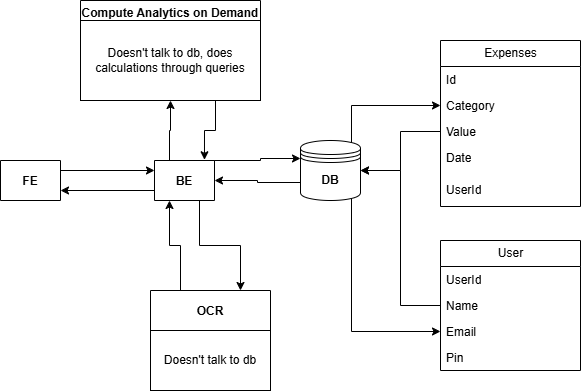
Above: docs/system.drawio.png in tamarques13/expense-tracker (draw.io), before the change. Source tidied: cells renumbered, new cells last; positions are measured from the earlier drawing's top-left corner, leaving out a move shared by most shapes. Source of this version:
```xml
<mxGraphModel>
  <root>
    <mxCell id="0" />
    <mxCell id="1" parent="0" />
    <mxCell id="2" style="edgeStyle=orthogonalEdgeStyle;rounded=0;jettySize=auto;html=1;exitX=0.85;exitY=0.05;exitDx=0;exitDy=0;exitPerimeter=0;" parent="1" edge="1" source="5" target="8">
      <mxGeometry relative="1" as="geometry" />
    </mxCell>
    <mxCell id="3" style="edgeStyle=orthogonalEdgeStyle;rounded=0;jettySize=auto;html=1;exitX=0.85;exitY=0.95;exitDx=0;exitDy=0;exitPerimeter=0;entryX=0;entryY=0.5;entryDx=0;entryDy=0;" parent="1" edge="1" source="5" target="15">
      <mxGeometry relative="1" as="geometry" />
    </mxCell>
    <mxCell id="4" style="edgeStyle=orthogonalEdgeStyle;rounded=0;jettySize=auto;html=1;exitX=0;exitY=0.7;exitDx=0;exitDy=0;entryX=1;entryY=0.5;entryDx=0;entryDy=0;" parent="1" edge="1" source="5" target="22">
      <mxGeometry relative="1" as="geometry" />
    </mxCell>
    <mxCell id="5" value="&lt;b&gt;DB&lt;/b&gt;" style="shape=datastore;whiteSpace=wrap;html=1;" parent="1" vertex="1">
      <mxGeometry x="300" y="140" width="60" height="60" as="geometry" />
    </mxCell>
    <mxCell id="6" value="Expenses" style="swimlane;fontStyle=0;horizontal=1;startSize=26;fillColor=none;html=1;" parent="1" vertex="1">
      <mxGeometry x="440" y="40" width="140" height="166" as="geometry" />
    </mxCell>
    <mxCell id="7" value="Id" style="text;strokeColor=none;fillColor=none;align=left;verticalAlign=top;spacingLeft=4;spacingRight=4;overflow=hidden;whiteSpace=wrap;html=1;" parent="6" vertex="1">
      <mxGeometry y="26" width="140" height="26" as="geometry" />
    </mxCell>
    <mxCell id="8" value="Category" style="text;strokeColor=none;fillColor=none;align=left;verticalAlign=top;spacingLeft=4;spacingRight=4;overflow=hidden;points=[[0,0.5],[1,0.5]];portConstraint=eastwest;whiteSpace=wrap;html=1;" parent="6" vertex="1">
      <mxGeometry y="52" width="140" height="26" as="geometry" />
    </mxCell>
    <mxCell id="9" value="Value" style="text;strokeColor=none;fillColor=none;align=left;verticalAlign=top;spacingLeft=4;spacingRight=4;overflow=hidden;points=[[0,0.5],[1,0.5]];portConstraint=eastwest;whiteSpace=wrap;html=1;" parent="6" vertex="1">
      <mxGeometry y="78" width="140" height="26" as="geometry" />
    </mxCell>
    <mxCell id="10" value="Date" style="text;strokeColor=none;fillColor=none;align=left;verticalAlign=top;spacingLeft=4;spacingRight=4;overflow=hidden;whiteSpace=wrap;html=1;" parent="6" vertex="1">
      <mxGeometry y="104" width="140" height="32" as="geometry" />
    </mxCell>
    <mxCell id="11" value="UserId" style="text;strokeColor=none;fillColor=none;align=left;verticalAlign=top;spacingLeft=4;spacingRight=4;overflow=hidden;whiteSpace=wrap;html=1;" parent="6" vertex="1">
      <mxGeometry y="136" width="140" height="30" as="geometry" />
    </mxCell>
    <mxCell id="12" value="User" style="swimlane;fontStyle=0;horizontal=1;startSize=26;fillColor=none;html=1;" parent="1" vertex="1">
      <mxGeometry x="440" y="240" width="140" height="130" as="geometry" />
    </mxCell>
    <mxCell id="13" value="UserId" style="text;strokeColor=none;fillColor=none;align=left;verticalAlign=top;spacingLeft=4;spacingRight=4;overflow=hidden;whiteSpace=wrap;html=1;" parent="12" vertex="1">
      <mxGeometry y="26" width="140" height="26" as="geometry" />
    </mxCell>
    <mxCell id="14" value="Name" style="text;strokeColor=none;fillColor=none;align=left;verticalAlign=top;spacingLeft=4;spacingRight=4;overflow=hidden;points=[[0,0.5],[1,0.5]];portConstraint=eastwest;whiteSpace=wrap;html=1;" parent="12" vertex="1">
      <mxGeometry y="52" width="140" height="26" as="geometry" />
    </mxCell>
    <mxCell id="15" value="Email" style="text;strokeColor=none;fillColor=none;align=left;verticalAlign=top;spacingLeft=4;spacingRight=4;overflow=hidden;points=[[0,0.5],[1,0.5]];portConstraint=eastwest;whiteSpace=wrap;html=1;" parent="12" vertex="1">
      <mxGeometry y="78" width="140" height="26" as="geometry" />
    </mxCell>
    <mxCell id="16" value="Pin" style="text;strokeColor=none;fillColor=none;align=left;verticalAlign=top;spacingLeft=4;spacingRight=4;overflow=hidden;whiteSpace=wrap;html=1;" parent="12" vertex="1">
      <mxGeometry y="104" width="140" height="26" as="geometry" />
    </mxCell>
    <mxCell id="17" style="edgeStyle=orthogonalEdgeStyle;rounded=0;jettySize=auto;html=1;exitX=0;exitY=0.5;exitDx=0;exitDy=0;entryX=1;entryY=0.5;entryDx=0;entryDy=0;" parent="1" edge="1" source="14" target="5">
      <mxGeometry relative="1" as="geometry" />
    </mxCell>
    <mxCell id="18" style="edgeStyle=orthogonalEdgeStyle;rounded=0;jettySize=auto;html=1;exitX=0;exitY=0.5;exitDx=0;exitDy=0;entryX=1;entryY=0.5;entryDx=0;entryDy=0;" parent="1" edge="1" source="9" target="5">
      <mxGeometry relative="1" as="geometry" />
    </mxCell>
    <mxCell id="19" style="edgeStyle=orthogonalEdgeStyle;rounded=0;jettySize=auto;html=1;exitX=0;exitY=0.75;exitDx=0;exitDy=0;entryX=1;entryY=0.75;entryDx=0;entryDy=0;" parent="1" edge="1" source="22" target="25">
      <mxGeometry relative="1" as="geometry" />
    </mxCell>
    <mxCell id="20" style="edgeStyle=orthogonalEdgeStyle;rounded=0;jettySize=auto;html=1;exitX=0.75;exitY=1;exitDx=0;exitDy=0;entryX=0.75;entryY=0;entryDx=0;entryDy=0;" parent="1" edge="1" source="22" target="27">
      <mxGeometry relative="1" as="geometry" />
    </mxCell>
    <mxCell id="21" style="edgeStyle=orthogonalEdgeStyle;rounded=0;jettySize=auto;html=1;exitX=0.25;exitY=0;exitDx=0;exitDy=0;" parent="1" edge="1" source="22" target="29">
      <mxGeometry relative="1" as="geometry" />
    </mxCell>
    <mxCell id="22" value="BE" style="swimlane;startSize=40;" parent="1" vertex="1" collapsed="1">
      <mxGeometry x="154" y="160" width="60" height="40" as="geometry" />
    </mxCell>
    <mxCell id="23" style="edgeStyle=orthogonalEdgeStyle;rounded=0;jettySize=auto;html=1;exitX=1;exitY=0.25;exitDx=0;exitDy=0;entryX=0;entryY=0.3;entryDx=0;entryDy=0;" parent="1" edge="1" source="22" target="5">
      <mxGeometry relative="1" as="geometry">
        <Array as="points">
          <mxPoint x="260" y="160" />
          <mxPoint x="260" y="158" />
        </Array>
      </mxGeometry>
    </mxCell>
    <mxCell id="24" style="edgeStyle=orthogonalEdgeStyle;rounded=0;jettySize=auto;html=1;exitX=1;exitY=0.25;exitDx=0;exitDy=0;entryX=0;entryY=0.25;entryDx=0;entryDy=0;" parent="1" edge="1" source="25" target="22">
      <mxGeometry relative="1" as="geometry" />
    </mxCell>
    <mxCell id="25" value="FE" style="swimlane;startSize=40;" parent="1" vertex="1" collapsed="1">
      <mxGeometry y="160" width="60" height="40" as="geometry" />
    </mxCell>
    <mxCell id="26" style="edgeStyle=orthogonalEdgeStyle;rounded=0;jettySize=auto;html=1;exitX=0.25;exitY=0;exitDx=0;exitDy=0;entryX=0.25;entryY=1;entryDx=0;entryDy=0;" parent="1" edge="1" source="27" target="22">
      <mxGeometry relative="1" as="geometry" />
    </mxCell>
    <mxCell id="27" value="OCR" style="swimlane;startSize=40;" parent="1" vertex="1">
      <mxGeometry x="150" y="290" width="120" height="100" as="geometry" />
    </mxCell>
    <mxCell id="28" value="Doesn't talk to db" style="whiteSpace=wrap;html=1;" parent="27" vertex="1">
      <mxGeometry y="40" width="120" height="60" as="geometry" />
    </mxCell>
    <mxCell id="29" value="Compute Analytics on Demand" style="swimlane;" parent="1" vertex="1">
      <mxGeometry x="80" width="180" height="100" as="geometry" />
    </mxCell>
    <mxCell id="30" value="Doesn't talk to db, does calculations through queries" style="whiteSpace=wrap;html=1;" parent="29" vertex="1">
      <mxGeometry y="20" width="180" height="80" as="geometry" />
    </mxCell>
    <mxCell id="31" style="edgeStyle=orthogonalEdgeStyle;rounded=0;jettySize=auto;html=1;exitX=0.75;exitY=1;exitDx=0;exitDy=0;entryX=0.833;entryY=-0.018;entryDx=0;entryDy=0;entryPerimeter=0;" parent="1" edge="1" source="29" target="22">
      <mxGeometry relative="1" as="geometry" />
    </mxCell>
  </root>
</mxGraphModel>
```
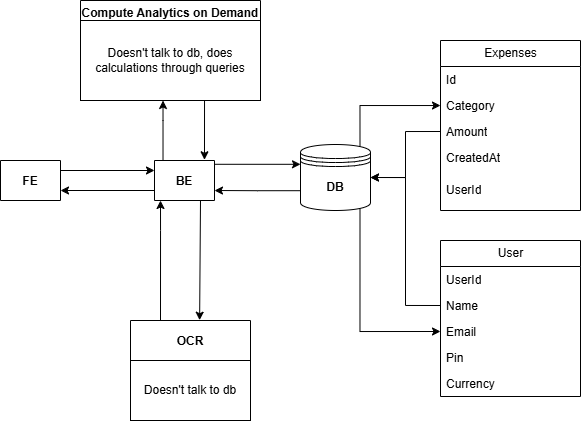
After the change.

Diff of the diagram source:
```diff
@@ -8,14 +8,14 @@
     <mxCell id="3" style="edgeStyle=orthogonalEdgeStyle;rounded=0;jettySize=auto;html=1;exitX=0.85;exitY=0.95;exitDx=0;exitDy=0;exitPerimeter=0;entryX=0;entryY=0.5;entryDx=0;entryDy=0;" parent="1" edge="1" source="5" target="15">
       <mxGeometry relative="1" as="geometry" />
     </mxCell>
-    <mxCell id="4" style="edgeStyle=orthogonalEdgeStyle;rounded=0;jettySize=auto;html=1;exitX=0;exitY=0.7;exitDx=0;exitDy=0;entryX=1;entryY=0.5;entryDx=0;entryDy=0;" parent="1" edge="1" source="5" target="22">
+    <mxCell id="4" style="edgeStyle=orthogonalEdgeStyle;rounded=0;jettySize=auto;html=1;exitX=0;exitY=0.7;exitDx=0;exitDy=0;entryX=1;entryY=0.75;entryDx=0;entryDy=0;" parent="1" edge="1" source="5" target="22">
       <mxGeometry relative="1" as="geometry" />
     </mxCell>
     <mxCell id="5" value="&lt;b&gt;DB&lt;/b&gt;" style="shape=datastore;whiteSpace=wrap;html=1;" parent="1" vertex="1">
-      <mxGeometry x="300" y="140" width="60" height="60" as="geometry" />
+      <mxGeometry x="300" y="144" width="70" height="66" as="geometry" />
     </mxCell>
     <mxCell id="6" value="Expenses" style="swimlane;fontStyle=0;horizontal=1;startSize=26;fillColor=none;html=1;" parent="1" vertex="1">
-      <mxGeometry x="440" y="40" width="140" height="166" as="geometry" />
+      <mxGeometry x="440" y="40" width="140" height="170" as="geometry" />
     </mxCell>
     <mxCell id="7" value="Id" style="text;strokeColor=none;fillColor=none;align=left;verticalAlign=top;spacingLeft=4;spacingRight=4;overflow=hidden;whiteSpace=wrap;html=1;" parent="6" vertex="1">
       <mxGeometry y="26" width="140" height="26" as="geometry" />
@@ -23,17 +23,17 @@
     <mxCell id="8" value="Category" style="text;strokeColor=none;fillColor=none;align=left;verticalAlign=top;spacingLeft=4;spacingRight=4;overflow=hidden;points=[[0,0.5],[1,0.5]];portConstraint=eastwest;whiteSpace=wrap;html=1;" parent="6" vertex="1">
       <mxGeometry y="52" width="140" height="26" as="geometry" />
     </mxCell>
-    <mxCell id="9" value="Value" style="text;strokeColor=none;fillColor=none;align=left;verticalAlign=top;spacingLeft=4;spacingRight=4;overflow=hidden;points=[[0,0.5],[1,0.5]];portConstraint=eastwest;whiteSpace=wrap;html=1;" parent="6" vertex="1">
+    <mxCell id="9" value="Amount" style="text;strokeColor=none;fillColor=none;align=left;verticalAlign=top;spacingLeft=4;spacingRight=4;overflow=hidden;points=[[0,0.5],[1,0.5]];portConstraint=eastwest;whiteSpace=wrap;html=1;" parent="6" vertex="1">
       <mxGeometry y="78" width="140" height="26" as="geometry" />
     </mxCell>
-    <mxCell id="10" value="Date" style="text;strokeColor=none;fillColor=none;align=left;verticalAlign=top;spacingLeft=4;spacingRight=4;overflow=hidden;whiteSpace=wrap;html=1;" parent="6" vertex="1">
+    <mxCell id="10" value="CreatedAt&lt;div&gt;&lt;br&gt;&lt;/div&gt;" style="text;strokeColor=none;fillColor=none;align=left;verticalAlign=top;spacingLeft=4;spacingRight=4;overflow=hidden;whiteSpace=wrap;html=1;" parent="6" vertex="1">
       <mxGeometry y="104" width="140" height="32" as="geometry" />
     </mxCell>
     <mxCell id="11" value="UserId" style="text;strokeColor=none;fillColor=none;align=left;verticalAlign=top;spacingLeft=4;spacingRight=4;overflow=hidden;whiteSpace=wrap;html=1;" parent="6" vertex="1">
-      <mxGeometry y="136" width="140" height="30" as="geometry" />
+      <mxGeometry y="136" width="140" height="34" as="geometry" />
     </mxCell>
     <mxCell id="12" value="User" style="swimlane;fontStyle=0;horizontal=1;startSize=26;fillColor=none;html=1;" parent="1" vertex="1">
-      <mxGeometry x="440" y="240" width="140" height="130" as="geometry" />
+      <mxGeometry x="440" y="240" width="140" height="156" as="geometry" />
     </mxCell>
     <mxCell id="13" value="UserId" style="text;strokeColor=none;fillColor=none;align=left;verticalAlign=top;spacingLeft=4;spacingRight=4;overflow=hidden;whiteSpace=wrap;html=1;" parent="12" vertex="1">
       <mxGeometry y="26" width="140" height="26" as="geometry" />
@@ -44,8 +44,11 @@
     <mxCell id="15" value="Email" style="text;strokeColor=none;fillColor=none;align=left;verticalAlign=top;spacingLeft=4;spacingRight=4;overflow=hidden;points=[[0,0.5],[1,0.5]];portConstraint=eastwest;whiteSpace=wrap;html=1;" parent="12" vertex="1">
       <mxGeometry y="78" width="140" height="26" as="geometry" />
     </mxCell>
+    <mxCell id="32" value="Pin" style="text;strokeColor=none;fillColor=none;align=left;verticalAlign=top;spacingLeft=4;spacingRight=4;overflow=hidden;whiteSpace=wrap;html=1;" parent="12" vertex="1">
+      <mxGeometry y="104" width="140" height="26" as="geometry" />
+    </mxCell>
-    <mxCell id="16" value="Pin" style="text;strokeColor=none;fillColor=none;align=left;verticalAlign=top;spacingLeft=4;spacingRight=4;overflow=hidden;whiteSpace=wrap;html=1;" parent="12" vertex="1">
-      <mxGeometry y="104" width="140" height="26" as="geometry" />
+    <mxCell id="16" value="Currency" style="text;strokeColor=none;fillColor=none;align=left;verticalAlign=top;spacingLeft=4;spacingRight=4;overflow=hidden;whiteSpace=wrap;html=1;" parent="12" vertex="1">
+      <mxGeometry y="130" width="140" height="26" as="geometry" />
     </mxCell>
     <mxCell id="17" style="edgeStyle=orthogonalEdgeStyle;rounded=0;jettySize=auto;html=1;exitX=0;exitY=0.5;exitDx=0;exitDy=0;entryX=1;entryY=0.5;entryDx=0;entryDy=0;" parent="1" edge="1" source="14" target="5">
       <mxGeometry relative="1" as="geometry" />
@@ -56,11 +59,13 @@
     <mxCell id="19" style="edgeStyle=orthogonalEdgeStyle;rounded=0;jettySize=auto;html=1;exitX=0;exitY=0.75;exitDx=0;exitDy=0;entryX=1;entryY=0.75;entryDx=0;entryDy=0;" parent="1" edge="1" source="22" target="25">
       <mxGeometry relative="1" as="geometry" />
     </mxCell>
-    <mxCell id="20" style="edgeStyle=orthogonalEdgeStyle;rounded=0;jettySize=auto;html=1;exitX=0.75;exitY=1;exitDx=0;exitDy=0;entryX=0.75;entryY=0;entryDx=0;entryDy=0;" parent="1" edge="1" source="22" target="27">
-      <mxGeometry relative="1" as="geometry" />
-    </mxCell>
-    <mxCell id="21" style="edgeStyle=orthogonalEdgeStyle;rounded=0;jettySize=auto;html=1;exitX=0.25;exitY=0;exitDx=0;exitDy=0;" parent="1" edge="1" source="22" target="29">
-      <mxGeometry relative="1" as="geometry" />
+    <mxCell id="21" style="edgeStyle=orthogonalEdgeStyle;rounded=0;jettySize=auto;html=1;exitX=0.142;exitY=-0.007;exitDx=0;exitDy=0;exitPerimeter=0;" parent="1" edge="1" source="22" target="29">
+      <mxGeometry relative="1" as="geometry">
+        <Array as="points">
+          <mxPoint x="163" y="120" />
+          <mxPoint x="163" y="120" />
+        </Array>
+      </mxGeometry>
     </mxCell>
     <mxCell id="22" value="BE" style="swimlane;startSize=40;" parent="1" vertex="1" collapsed="1">
       <mxGeometry x="154" y="160" width="60" height="40" as="geometry" />
@@ -68,8 +73,7 @@
     <mxCell id="23" style="edgeStyle=orthogonalEdgeStyle;rounded=0;jettySize=auto;html=1;exitX=1;exitY=0.25;exitDx=0;exitDy=0;entryX=0;entryY=0.3;entryDx=0;entryDy=0;" parent="1" edge="1" source="22" target="5">
       <mxGeometry relative="1" as="geometry">
         <Array as="points">
-          <mxPoint x="260" y="160" />
-          <mxPoint x="260" y="158" />
+          <mxPoint x="214" y="164" />
         </Array>
       </mxGeometry>
     </mxCell>
@@ -79,11 +83,17 @@
     <mxCell id="25" value="FE" style="swimlane;startSize=40;" parent="1" vertex="1" collapsed="1">
       <mxGeometry y="160" width="60" height="40" as="geometry" />
     </mxCell>
-    <mxCell id="26" style="edgeStyle=orthogonalEdgeStyle;rounded=0;jettySize=auto;html=1;exitX=0.25;exitY=0;exitDx=0;exitDy=0;entryX=0.25;entryY=1;entryDx=0;entryDy=0;" parent="1" edge="1" source="27" target="22">
-      <mxGeometry relative="1" as="geometry" />
+    <mxCell id="26" style="edgeStyle=orthogonalEdgeStyle;rounded=0;jettySize=auto;html=1;exitX=0.25;exitY=0;exitDx=0;exitDy=0;" parent="1" edge="1" source="27">
+      <mxGeometry relative="1" as="geometry">
+        <mxPoint x="160" y="200" as="targetPoint" />
+        <Array as="points">
+          <mxPoint x="160" y="230" />
+          <mxPoint x="160" y="230" />
+        </Array>
+      </mxGeometry>
     </mxCell>
     <mxCell id="27" value="OCR" style="swimlane;startSize=40;" parent="1" vertex="1">
-      <mxGeometry x="150" y="290" width="120" height="100" as="geometry" />
+      <mxGeometry x="130" y="320" width="120" height="100" as="geometry" />
     </mxCell>
     <mxCell id="28" value="Doesn't talk to db" style="whiteSpace=wrap;html=1;" parent="27" vertex="1">
       <mxGeometry y="40" width="120" height="60" as="geometry" />
@@ -95,7 +105,16 @@
       <mxGeometry y="20" width="180" height="80" as="geometry" />
     </mxCell>
     <mxCell id="31" style="edgeStyle=orthogonalEdgeStyle;rounded=0;jettySize=auto;html=1;exitX=0.75;exitY=1;exitDx=0;exitDy=0;entryX=0.833;entryY=-0.018;entryDx=0;entryDy=0;entryPerimeter=0;" parent="1" edge="1" source="29" target="22">
-      <mxGeometry relative="1" as="geometry" />
+      <mxGeometry relative="1" as="geometry">
+        <Array as="points">
+          <mxPoint x="204" y="100" />
+        </Array>
+      </mxGeometry>
     </mxCell>
+    <mxCell id="33" style="rounded=0;jettySize=auto;html=1;exitX=0.75;exitY=1;exitDx=0;exitDy=0;entryX=0.576;entryY=-0.003;entryDx=0;entryDy=0;entryPerimeter=0;" parent="1" edge="1" target="27">
+      <mxGeometry relative="1" as="geometry">
+        <mxPoint x="200" y="200" as="sourcePoint" />
+      </mxGeometry>
+    </mxCell>
   </root>
 </mxGraphModel>
```
